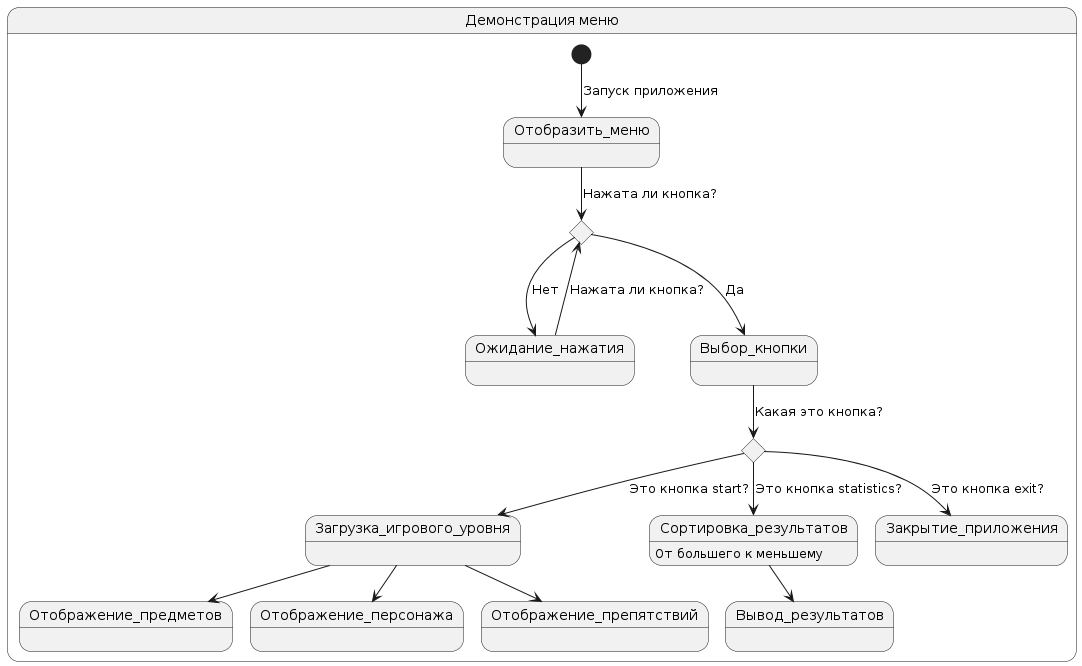
The PlantUML diagram docs/diagrams/state_diagram_menu.png in Muuuve/My-Project, before a commit. Source of this version:
```plantuml
@startuml
state "Демонстрация меню" as Menu {
  [*] --> Отобразить_меню : Запуск приложения
  state choice1 <<choice>>
  state choice2 <<choice>>
  Отобразить_меню --> choice1 : Нажата ли кнопка?
  choice1 ---> Ожидание_нажатия : Нет
  Ожидание_нажатия --> choice1 : Нажата ли кнопка?
  choice1 ---> Выбор_кнопки : Да
  Выбор_кнопки --> choice2 : Какая это кнопка?
  choice2 --> Загрузка_игрового_уровня : Это кнопка start?
  Загрузка_игрового_уровня --> Отображение_препятствий
  Загрузка_игрового_уровня --> Отображение_предметов
  Загрузка_игрового_уровня --> Отображение_персонажа
  choice2 --> Сортировка_результатов : Это кнопка statistics?
  Сортировка_результатов : От большего к меньшему
  Сортировка_результатов --> Вывод_результатов
  choice2 --> Закрытие_приложения : Это кнопка exit?
}
@enduml
```
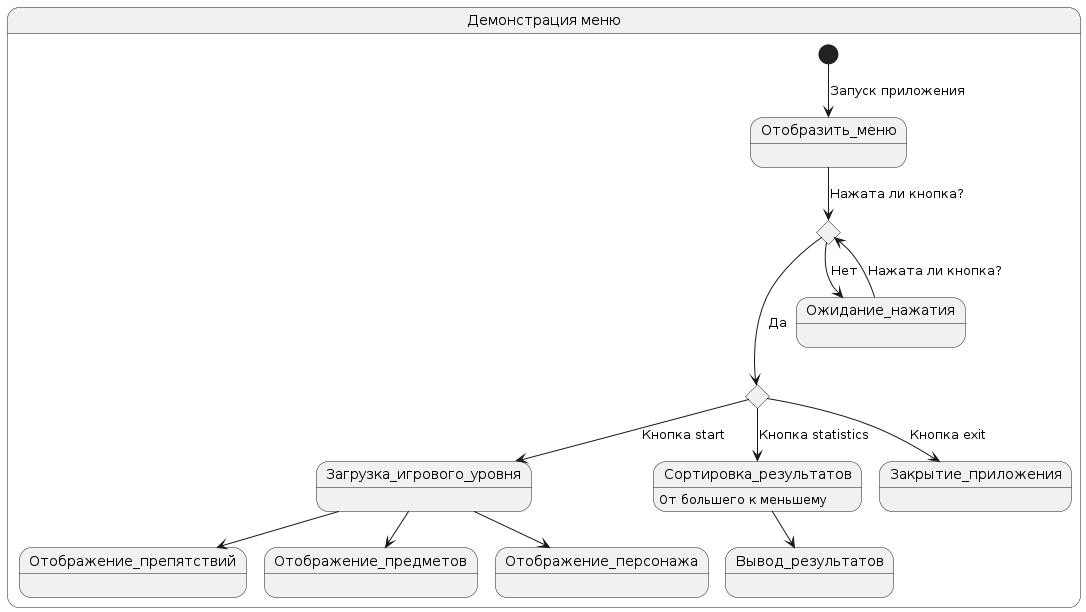
The same file after the commit.

Diff of the diagram source:
```diff
@@ -4,17 +4,16 @@
   state choice1 <<choice>>
   state choice2 <<choice>>
   Отобразить_меню --> choice1 : Нажата ли кнопка?
-  choice1 ---> Ожидание_нажатия : Нет
+  choice1 --> Ожидание_нажатия : Нет
   Ожидание_нажатия --> choice1 : Нажата ли кнопка?
-  choice1 ---> Выбор_кнопки : Да
-  Выбор_кнопки --> choice2 : Какая это кнопка?
-  choice2 --> Загрузка_игрового_уровня : Это кнопка start?
+  choice1 ---> choice2 : Да
+  choice2 --> Загрузка_игрового_уровня : Кнопка start
   Загрузка_игрового_уровня --> Отображение_препятствий
   Загрузка_игрового_уровня --> Отображение_предметов
   Загрузка_игрового_уровня --> Отображение_персонажа
-  choice2 --> Сортировка_результатов : Это кнопка statistics?
+  choice2 --> Сортировка_результатов : Кнопка statistics
   Сортировка_результатов : От большего к меньшему
   Сортировка_результатов --> Вывод_результатов
-  choice2 --> Закрытие_приложения : Это кнопка exit?
+  choice2 --> Закрытие_приложения : Кнопка exit
 }
 @enduml
```
